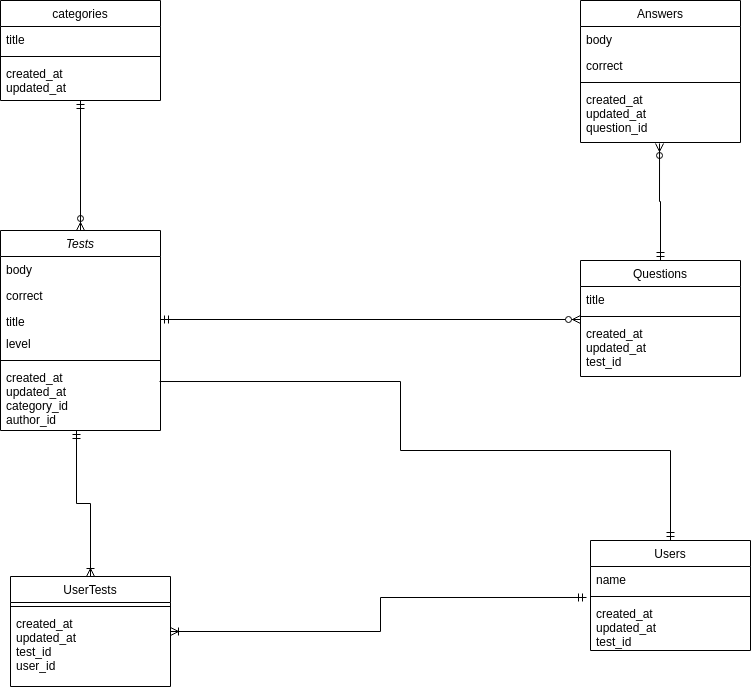
Above: Untitled Diagram.drawio.png in TonishevAlexey/TestGuru (draw.io), before the change. Source tidied: cells renumbered, new cells last; positions are measured from the earlier drawing's top-left corner, leaving out a move shared by most shapes.
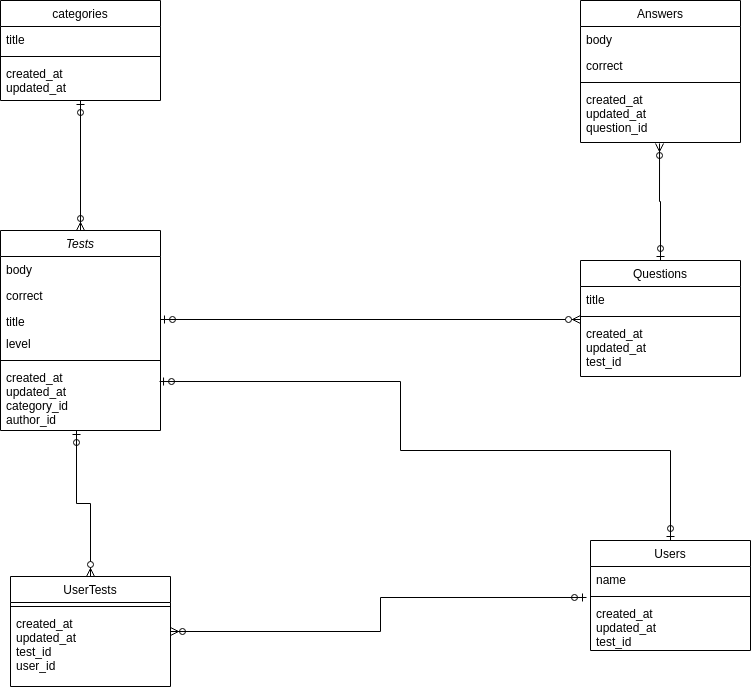
The same diagram one commit later.

Diff of the diagram source:
```diff
@@ -23,7 +23,7 @@
     <mxCell id="8" value="created_at&#10;updated_at&#10;category_id&#10;author_id" style="text;align=left;verticalAlign=top;spacingLeft=4;spacingRight=4;overflow=hidden;points=[[0,0.5],[1,0.5]];portConstraint=eastwest;" parent="2" vertex="1">
       <mxGeometry y="134" width="160" height="66" as="geometry" />
     </mxCell>
-    <mxCell id="9" style="edgeStyle=orthogonalEdgeStyle;rounded=0;jettySize=auto;html=1;exitX=0.5;exitY=0;exitDx=0;exitDy=0;entryX=0.475;entryY=1;entryDx=0;entryDy=0;entryPerimeter=0;startArrow=ERoneToMany;startFill=0;endArrow=ERmandOne;endFill=0;" parent="1" edge="1" source="10" target="8">
+    <mxCell id="9" style="edgeStyle=orthogonalEdgeStyle;rounded=0;jettySize=auto;html=1;exitX=0.5;exitY=0;exitDx=0;exitDy=0;entryX=0.475;entryY=1;entryDx=0;entryDy=0;entryPerimeter=0;startArrow=ERzeroToMany;startFill=1;endArrow=ERzeroToOne;endFill=0;" parent="1" edge="1" source="10" target="8">
       <mxGeometry relative="1" as="geometry" />
     </mxCell>
     <mxCell id="10" value="UserTests" style="swimlane;fontStyle=0;align=center;verticalAlign=top;horizontal=1;startSize=26;rounded=0;shadow=0;strokeWidth=1;" parent="1" vertex="1">
@@ -35,7 +35,7 @@
     <mxCell id="12" value="created_at&#10;updated_at&#10;test_id&#10;user_id" style="text;align=left;verticalAlign=top;spacingLeft=4;spacingRight=4;overflow=hidden;" parent="10" vertex="1">
       <mxGeometry y="34" width="160" height="76" as="geometry" />
     </mxCell>
-    <mxCell id="13" style="edgeStyle=orthogonalEdgeStyle;rounded=0;jettySize=auto;html=1;exitX=-0.025;exitY=1.192;exitDx=0;exitDy=0;entryX=1;entryY=0.5;entryDx=0;entryDy=0;startArrow=ERmandOne;startFill=0;endArrow=ERoneToMany;endFill=0;exitPerimeter=0;" parent="1" edge="1" source="15" target="10">
+    <mxCell id="13" style="edgeStyle=orthogonalEdgeStyle;rounded=0;jettySize=auto;html=1;exitX=-0.025;exitY=1.192;exitDx=0;exitDy=0;entryX=1;entryY=0.5;entryDx=0;entryDy=0;startArrow=ERzeroToOne;startFill=0;endArrow=ERzeroToMany;endFill=0;exitPerimeter=0;" parent="1" edge="1" source="15" target="10">
       <mxGeometry relative="1" as="geometry" />
     </mxCell>
     <mxCell id="14" value="Users" style="swimlane;fontStyle=0;align=center;verticalAlign=top;horizontal=1;startSize=26;rounded=0;shadow=0;strokeWidth=1;" parent="1" vertex="1">
@@ -65,7 +65,7 @@
     <mxCell id="22" value="created_at&#10;updated_at&#10;question_id" style="text;align=left;verticalAlign=top;spacingLeft=4;spacingRight=4;overflow=hidden;points=[[0,0.5],[1,0.5]];portConstraint=eastwest;" parent="18" vertex="1">
       <mxGeometry y="86" width="160" height="56" as="geometry" />
     </mxCell>
-    <mxCell id="23" style="edgeStyle=orthogonalEdgeStyle;rounded=0;jettySize=auto;html=1;startArrow=ERmandOne;startFill=0;endArrow=ERzeroToMany;endFill=0;" parent="1" edge="1" source="24" target="2">
+    <mxCell id="23" style="edgeStyle=orthogonalEdgeStyle;rounded=0;jettySize=auto;html=1;startArrow=ERzeroToOne;startFill=0;endArrow=ERzeroToMany;endFill=0;" parent="1" edge="1" source="24" target="2">
       <mxGeometry relative="1" as="geometry" />
     </mxCell>
     <mxCell id="24" value="categories" style="swimlane;fontStyle=0;align=center;verticalAlign=top;horizontal=1;startSize=26;rounded=0;shadow=0;strokeWidth=1;" parent="1" vertex="1">
@@ -80,7 +80,7 @@
     <mxCell id="27" value="created_at&#10;updated_at&#10;" style="text;align=left;verticalAlign=top;spacingLeft=4;spacingRight=4;overflow=hidden;" parent="24" vertex="1">
       <mxGeometry y="60" width="160" height="40" as="geometry" />
     </mxCell>
-    <mxCell id="28" style="edgeStyle=orthogonalEdgeStyle;rounded=0;jettySize=auto;html=1;startArrow=ERzeroToMany;startFill=1;endArrow=ERmandOne;endFill=0;" parent="1" edge="1" target="5">
+    <mxCell id="28" style="edgeStyle=orthogonalEdgeStyle;rounded=0;jettySize=auto;html=1;startArrow=ERzeroToMany;startFill=1;endArrow=ERzeroToOne;endFill=0;" parent="1" edge="1" target="5">
       <mxGeometry relative="1" as="geometry">
         <mxPoint x="580" y="319" as="sourcePoint" />
         <Array as="points">
@@ -88,7 +88,7 @@
         </Array>
       </mxGeometry>
     </mxCell>
-    <mxCell id="29" style="edgeStyle=orthogonalEdgeStyle;rounded=0;jettySize=auto;html=1;exitX=0.5;exitY=0;exitDx=0;exitDy=0;entryX=0.494;entryY=1.018;entryDx=0;entryDy=0;entryPerimeter=0;startArrow=ERmandOne;startFill=0;endArrow=ERzeroToMany;endFill=0;" parent="1" edge="1" source="30" target="22">
+    <mxCell id="29" style="edgeStyle=orthogonalEdgeStyle;rounded=0;jettySize=auto;html=1;exitX=0.5;exitY=0;exitDx=0;exitDy=0;entryX=0.494;entryY=1.018;entryDx=0;entryDy=0;entryPerimeter=0;startArrow=ERzeroToOne;startFill=0;endArrow=ERzeroToMany;endFill=0;" parent="1" edge="1" source="30" target="22">
       <mxGeometry relative="1" as="geometry" />
     </mxCell>
     <mxCell id="30" value="Questions" style="swimlane;fontStyle=0;align=center;verticalAlign=top;horizontal=1;startSize=26;rounded=0;shadow=0;strokeWidth=1;" parent="1" vertex="1">
@@ -103,7 +103,7 @@
     <mxCell id="33" value="created_at&#10;updated_at&#10;test_id" style="text;align=left;verticalAlign=top;spacingLeft=4;spacingRight=4;overflow=hidden;" parent="30" vertex="1">
       <mxGeometry y="60" width="160" height="56" as="geometry" />
     </mxCell>
-    <mxCell id="34" style="edgeStyle=orthogonalEdgeStyle;rounded=0;jettySize=auto;html=1;exitX=0.994;exitY=0.258;exitDx=0;exitDy=0;startArrow=none;startFill=0;endArrow=ERmandOne;endFill=0;exitPerimeter=0;" parent="1" edge="1" source="8" target="14">
+    <mxCell id="34" style="edgeStyle=orthogonalEdgeStyle;rounded=0;jettySize=auto;html=1;exitX=0.994;exitY=0.258;exitDx=0;exitDy=0;startArrow=ERzeroToOne;startFill=0;endArrow=ERzeroToOne;endFill=0;exitPerimeter=0;" parent="1" edge="1" source="8" target="14">
       <mxGeometry relative="1" as="geometry">
         <Array as="points">
           <mxPoint x="400" y="381" />
```
